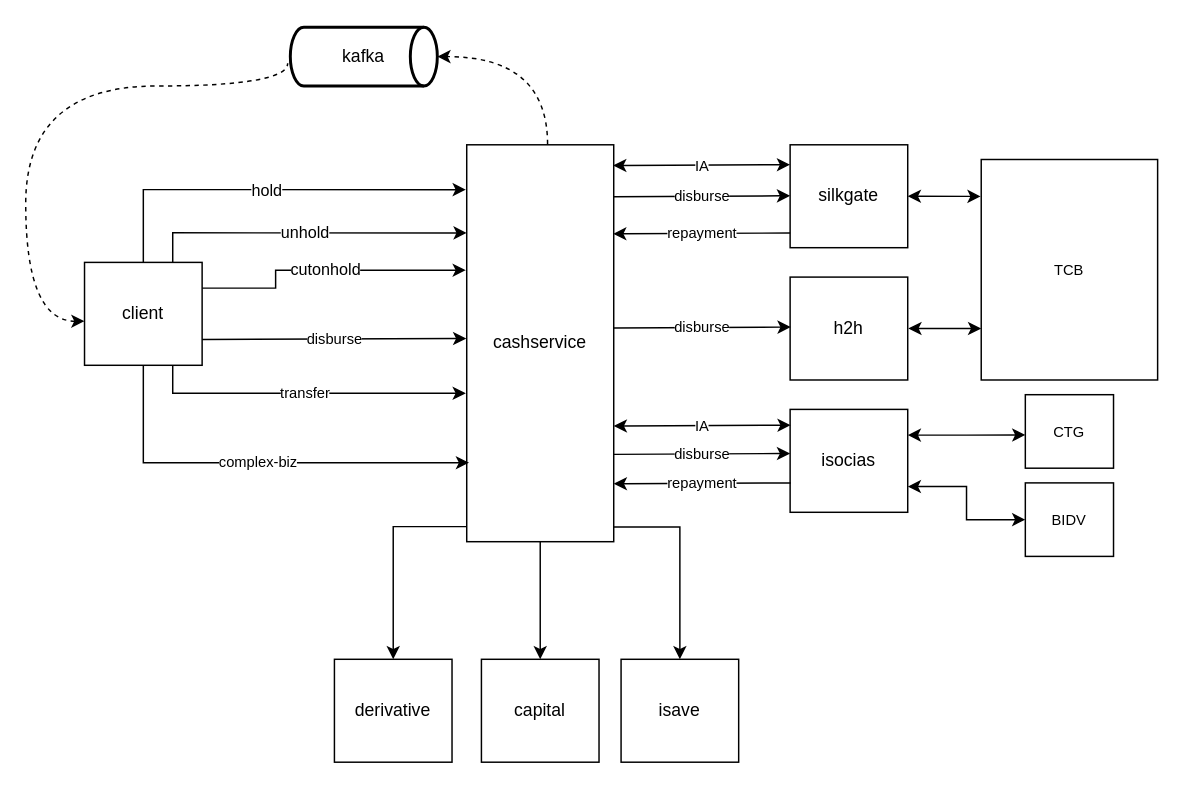
This is page "Cash service" (2 of 3) of socias-design.drawio from khuynhthanhchiluyen/draw.io, a draw.io file, before an edit. Source tidied: cells renumbered, new cells numbered last; positions are measured from the earlier drawing's top-left corner, leaving out a move shared by most shapes. Both pictures are drawn from the tidied source at 147%, with x=0, y=0 at pixel (25, 26).
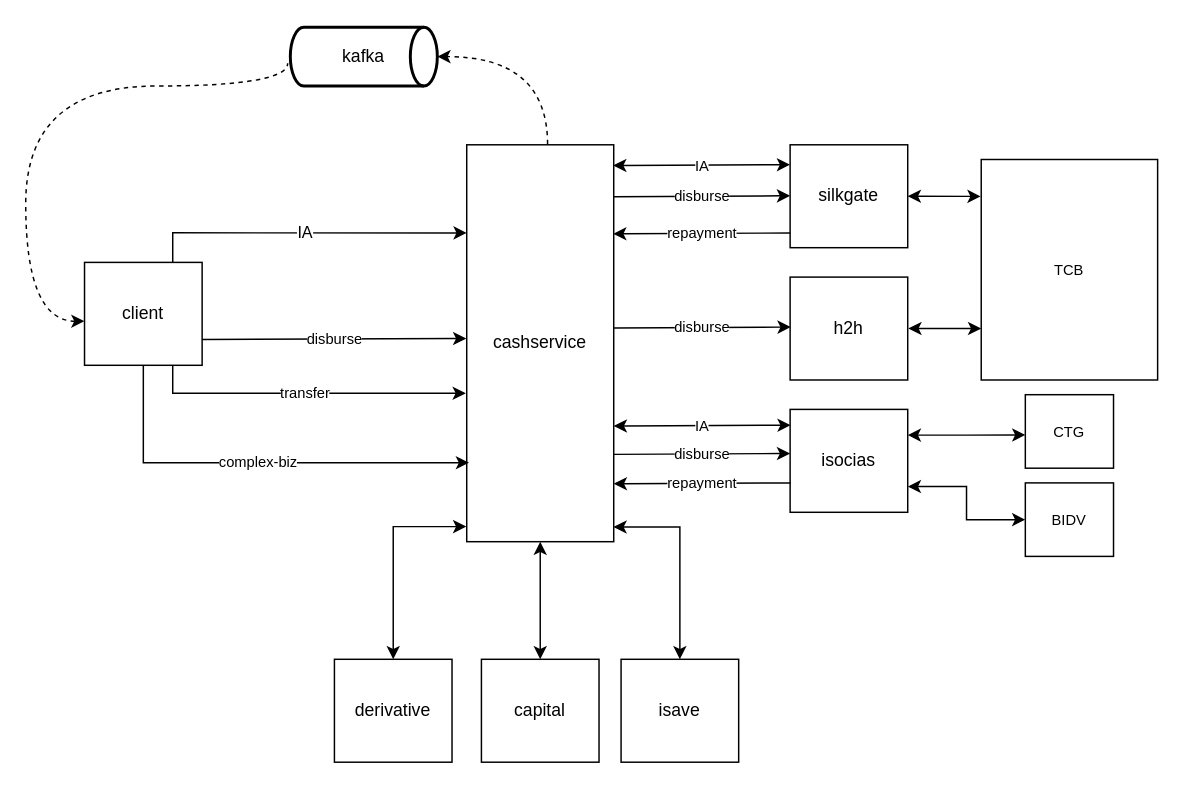
Above is the later version.

Unchanged cells that the change refers to:
```xml
<mxCell id="2" value="cashservice" style="rounded=0;whiteSpace=wrap;html=1;" parent="1" vertex="1">
  <mxGeometry x="300" y="80" width="100" height="270" as="geometry" />
</mxCell>
<mxCell id="6" value="client" style="rounded=0;whiteSpace=wrap;html=1;" parent="1" vertex="1">
  <mxGeometry x="40" y="160" width="80" height="70" as="geometry" />
</mxCell>
<mxCell id="14" value="derivative" style="rounded=0;whiteSpace=wrap;html=1;" parent="1" vertex="1">
  <mxGeometry x="210" y="430" width="80" height="70" as="geometry" />
</mxCell>
<mxCell id="15" value="capital" style="rounded=0;whiteSpace=wrap;html=1;" parent="1" vertex="1">
  <mxGeometry x="310" y="430" width="80" height="70" as="geometry" />
</mxCell>
<mxCell id="16" value="isave" style="rounded=0;whiteSpace=wrap;html=1;" parent="1" vertex="1">
  <mxGeometry x="405" y="430" width="80" height="70" as="geometry" />
</mxCell>
```

Change to the diagram source:
```diff
@@
-    <mxCell id="7" value="hold" style="endArrow=classic;html=1;rounded=0;edgeStyle=orthogonalEdgeStyle;entryX=-0.006;entryY=0.113;entryDx=0;entryDy=0;entryPerimeter=0;exitX=0.5;exitY=0;exitDx=0;exitDy=0;startArrow=none;startFill=0;endFill=1;" parent="1" edge="1" source="6" target="2">
-      <mxGeometry relative="1" as="geometry">
-        <Array as="points">
-          <mxPoint x="80" y="111" />
-        </Array>
-      </mxGeometry>
-    </mxCell>
-    <mxCell id="8" value="unhold" style="endArrow=classic;html=1;rounded=0;edgeStyle=orthogonalEdgeStyle;entryX=0;entryY=0.222;entryDx=0;entryDy=0;entryPerimeter=0;exitX=0.75;exitY=0;exitDx=0;exitDy=0;startArrow=none;startFill=0;" parent="1" edge="1" source="6" target="2">
+    <mxCell id="8" value="IA" style="endArrow=classic;html=1;rounded=0;edgeStyle=orthogonalEdgeStyle;entryX=0;entryY=0.222;entryDx=0;entryDy=0;entryPerimeter=0;exitX=0.75;exitY=0;exitDx=0;exitDy=0;startArrow=none;startFill=0;" parent="1" edge="1" source="6" target="2">
       <mxGeometry relative="1" as="geometry">
         <Array as="points">
           <mxPoint x="100" y="140" />
         </Array>
       </mxGeometry>
     </mxCell>
-    <mxCell id="9" value="cutonhold" style="endArrow=classic;html=1;rounded=0;edgeStyle=orthogonalEdgeStyle;exitX=1;exitY=0.25;exitDx=0;exitDy=0;entryX=-0.006;entryY=0.316;entryDx=0;entryDy=0;entryPerimeter=0;" parent="1" edge="1" source="6" target="2">
-      <mxGeometry relative="1" as="geometry">
-        <Array as="points">
-          <mxPoint x="170" y="178" />
-          <mxPoint x="170" y="165" />
-        </Array>
-      </mxGeometry>
-    </mxCell>
@@
-    <mxCell id="17" style="endArrow=none;startArrow=classic;html=1;rounded=0;fontSize=12;edgeStyle=elbowEdgeStyle;entryX=-0.003;entryY=0.962;entryDx=0;entryDy=0;entryPerimeter=0;exitX=0.5;exitY=0;exitDx=0;exitDy=0;endFill=0;" parent="1" edge="1" source="14" target="2">
+    <mxCell id="17" style="endArrow=classic;startArrow=classic;html=1;rounded=0;fontSize=12;edgeStyle=elbowEdgeStyle;entryX=-0.003;entryY=0.962;entryDx=0;entryDy=0;entryPerimeter=0;exitX=0.5;exitY=0;exitDx=0;exitDy=0;endFill=1;" parent="1" edge="1" source="14" target="2">
       <mxGeometry relative="1" as="geometry">
         <Array as="points">
           <mxPoint x="250" y="400" />
           <mxPoint x="210" y="380" />
         </Array>
       </mxGeometry>
     </mxCell>
-    <mxCell id="18" style="endArrow=none;startArrow=classic;html=1;rounded=0;fontSize=12;edgeStyle=elbowEdgeStyle;entryX=0.5;entryY=1;entryDx=0;entryDy=0;exitX=0.5;exitY=0;exitDx=0;exitDy=0;startFill=1;endFill=0;" parent="1" edge="1" source="15" target="2">
+    <mxCell id="18" style="endArrow=classic;startArrow=classic;html=1;rounded=0;fontSize=12;edgeStyle=elbowEdgeStyle;entryX=0.5;entryY=1;entryDx=0;entryDy=0;exitX=0.5;exitY=0;exitDx=0;exitDy=0;startFill=1;endFill=1;" parent="1" edge="1" source="15" target="2">
       <mxGeometry relative="1" as="geometry">
         <Array as="points">
           <mxPoint x="350" y="390" />
         </Array>
       </mxGeometry>
     </mxCell>
-    <mxCell id="19" style="endArrow=none;startArrow=classic;html=1;rounded=0;fontSize=12;edgeStyle=elbowEdgeStyle;exitX=0.5;exitY=0;exitDx=0;exitDy=0;endFill=0;entryX=0.998;entryY=0.963;entryDx=0;entryDy=0;entryPerimeter=0;" parent="1" edge="1" source="16" target="2">
+    <mxCell id="19" style="endArrow=classic;startArrow=classic;html=1;rounded=0;fontSize=12;edgeStyle=elbowEdgeStyle;exitX=0.5;exitY=0;exitDx=0;exitDy=0;endFill=1;entryX=0.998;entryY=0.963;entryDx=0;entryDy=0;entryPerimeter=0;" parent="1" edge="1" source="16" target="2">
       <mxGeometry relative="1" as="geometry">
         <Array as="points">
           <mxPoint x="445" y="380" />
           <mxPoint x="490" y="380" />
         </Array>
       </mxGeometry>
     </mxCell>
```
